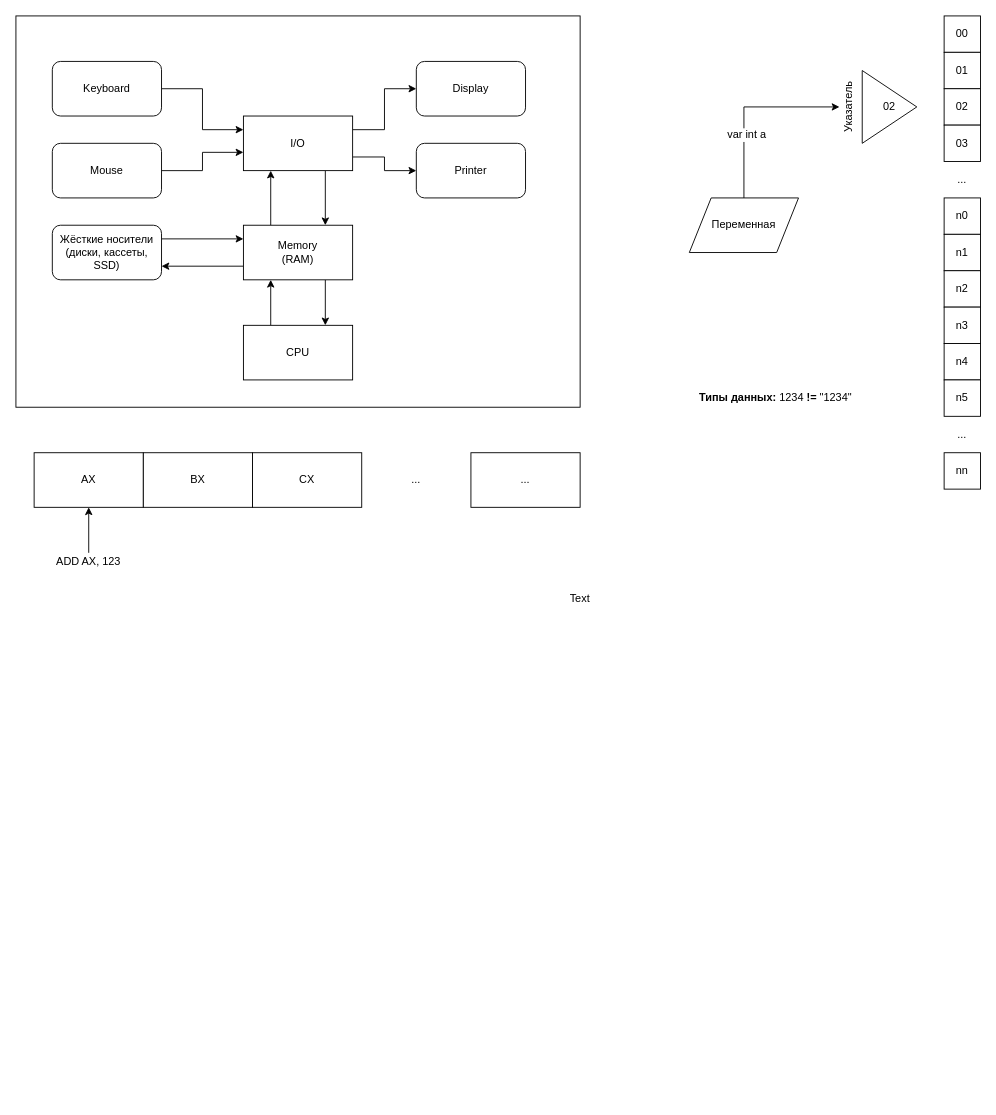
This is Lesson1/Dev101_01.drawio from PycT-onlc/ONLC_Dev_101, a draw.io file, before an edit. Source tidied: cells renumbered, new cells numbered last; positions are measured from the earlier drawing's top-left corner, leaving out a move shared by most shapes. Both pictures are drawn from the tidied source at 91%, with x=0, y=0 at pixel (15, 15).
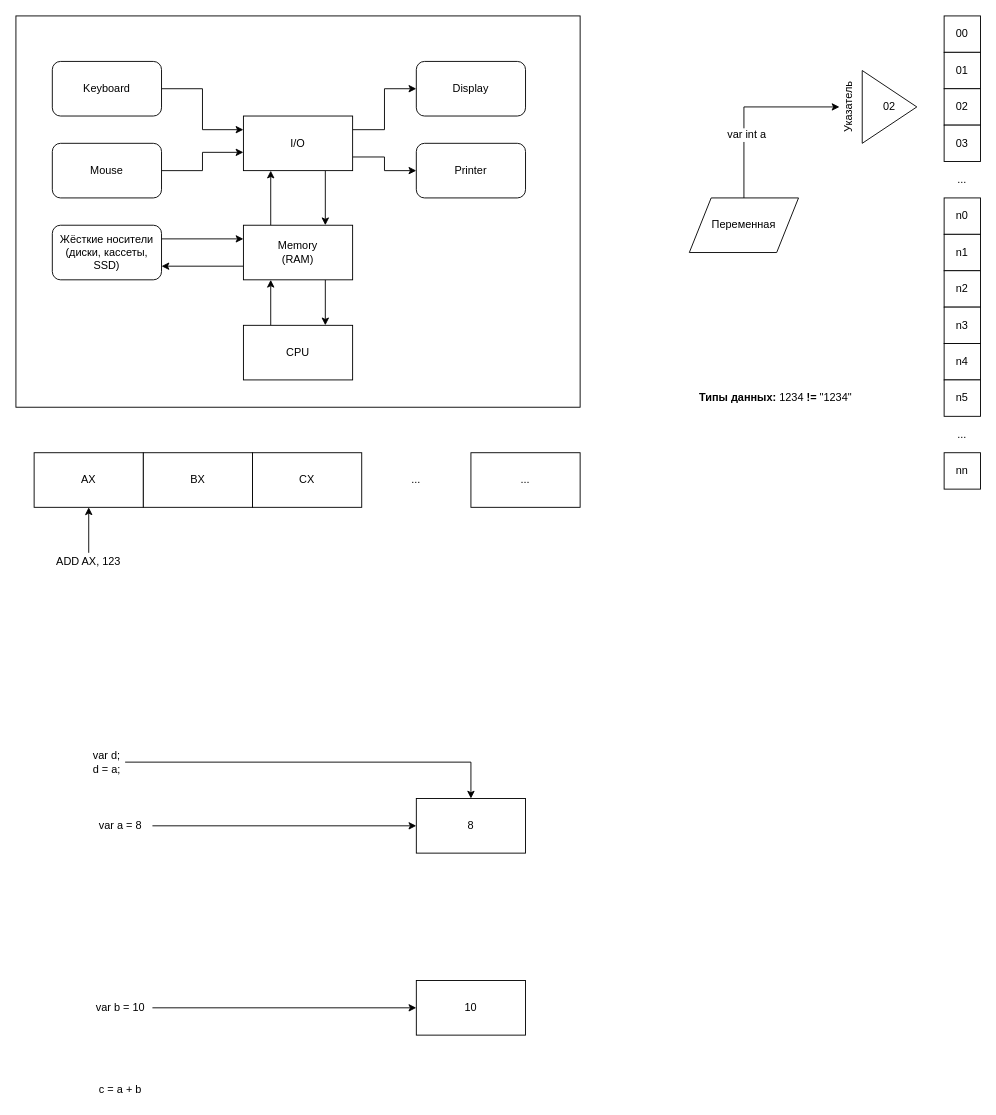
Above is the later version.

The edit, as a diff of the source:
```diff
@@
-    <mxCell id="47" value="Text" style="text;html=1;strokeColor=none;fillColor=none;align=center;verticalAlign=middle;whiteSpace=wrap;rounded=0;" parent="1" vertex="1">
-      <mxGeometry x="600" y="630" width="40" height="20" as="geometry" />
-    </mxCell>
+    <mxCell id="48" value="8" style="rounded=0;whiteSpace=wrap;html=1;" parent="1" vertex="1">
+      <mxGeometry x="440" y="860" width="120" height="60" as="geometry" />
+    </mxCell>
+    <mxCell id="49" value="10" style="rounded=0;whiteSpace=wrap;html=1;" parent="1" vertex="1">
+      <mxGeometry x="440" y="1060" width="120" height="60" as="geometry" />
+    </mxCell>
+    <mxCell id="50" style="edgeStyle=orthogonalEdgeStyle;rounded=0;jettySize=auto;html=1;exitX=1;exitY=0.5;exitDx=0;exitDy=0;" parent="1" edge="1" source="51" target="48">
+      <mxGeometry relative="1" as="geometry" />
+    </mxCell>
+    <mxCell id="51" value="var a = 8" style="text;html=1;strokeColor=none;fillColor=none;align=center;verticalAlign=middle;whiteSpace=wrap;rounded=0;" parent="1" vertex="1">
+      <mxGeometry x="80" y="880" width="70" height="20" as="geometry" />
+    </mxCell>
+    <mxCell id="52" style="edgeStyle=orthogonalEdgeStyle;rounded=0;jettySize=auto;html=1;exitX=1;exitY=0.5;exitDx=0;exitDy=0;" parent="1" edge="1" source="53" target="49">
+      <mxGeometry relative="1" as="geometry" />
+    </mxCell>
+    <mxCell id="53" value="var b = 10" style="text;html=1;strokeColor=none;fillColor=none;align=center;verticalAlign=middle;whiteSpace=wrap;rounded=0;" parent="1" vertex="1">
+      <mxGeometry x="80" y="1080" width="70" height="20" as="geometry" />
+    </mxCell>
+    <mxCell id="54" value="c = a + b" style="text;html=1;strokeColor=none;fillColor=none;align=center;verticalAlign=middle;whiteSpace=wrap;rounded=0;" parent="1" vertex="1">
+      <mxGeometry x="65" y="1170" width="100" height="20" as="geometry" />
+    </mxCell>
+    <mxCell id="55" style="edgeStyle=orthogonalEdgeStyle;rounded=0;jettySize=auto;html=1;exitX=1;exitY=0.5;exitDx=0;exitDy=0;entryX=0.5;entryY=0;entryDx=0;entryDy=0;" parent="1" edge="1" source="56" target="48">
+      <mxGeometry relative="1" as="geometry" />
+    </mxCell>
+    <mxCell id="56" value="var d; d = a;" style="text;html=1;strokeColor=none;fillColor=none;align=center;verticalAlign=middle;whiteSpace=wrap;rounded=0;" parent="1" vertex="1">
+      <mxGeometry x="80" y="810" width="40" height="20" as="geometry" />
+    </mxCell>
```
